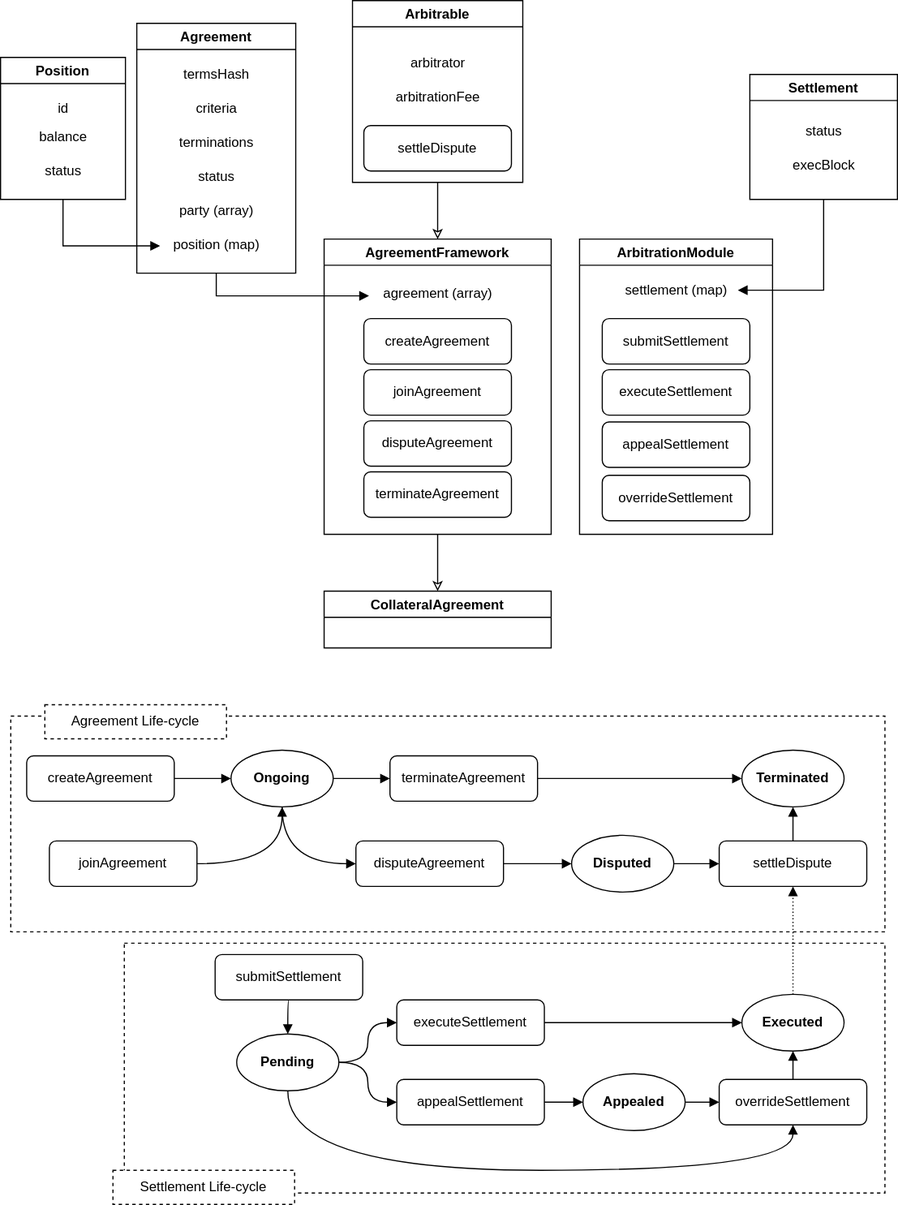
The draw.io diagram docs/diagram.drawio.svg in nation3/agreements-app, before a commit. Source tidied: cells renumbered, new cells last; positions are measured from the earlier drawing's top-left corner, leaving out a move shared by most shapes.
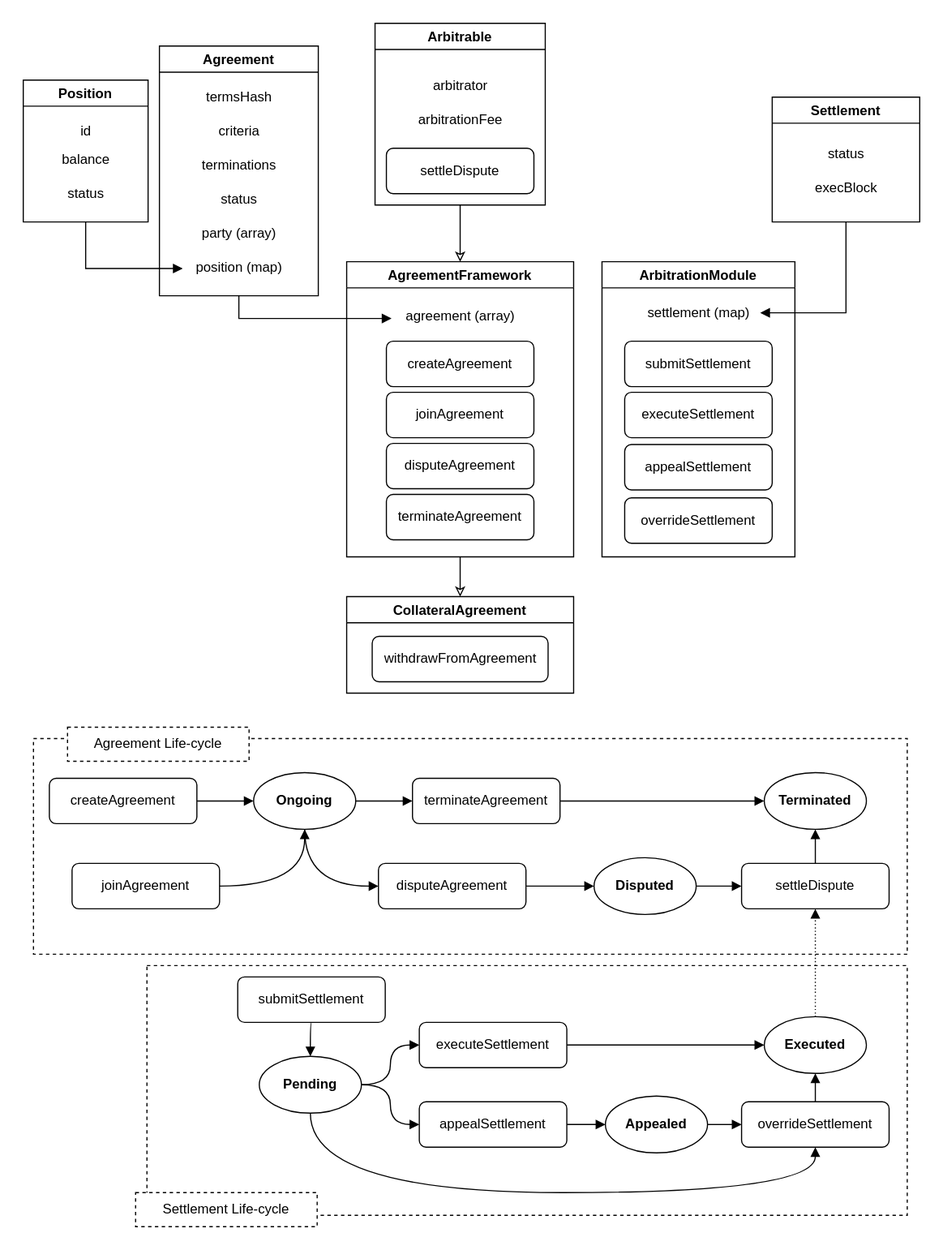
Above is the later version.

The edit, as a diff of the source:
```diff
@@ -81,8 +81,11 @@
       <mxGeometry x="10" y="110" width="130" height="40" as="geometry" />
     </mxCell>
     <mxCell id="28" value="CollateralAgreement" style="swimlane;" parent="1" vertex="1">
-      <mxGeometry x="285" y="520" width="200" height="50" as="geometry" />
+      <mxGeometry x="285" y="505" width="200" height="85" as="geometry" />
     </mxCell>
+    <mxCell id="74" value="withdrawFromAgreement" style="rounded=1;whiteSpace=wrap;html=1;" parent="28" vertex="1">
+      <mxGeometry x="22.5" y="35" width="155" height="40" as="geometry" />
+    </mxCell>
     <mxCell id="29" value="ArbitrationModule" style="swimlane;" parent="1" vertex="1">
       <mxGeometry x="510" y="210" width="170" height="260" as="geometry" />
     </mxCell>
```
